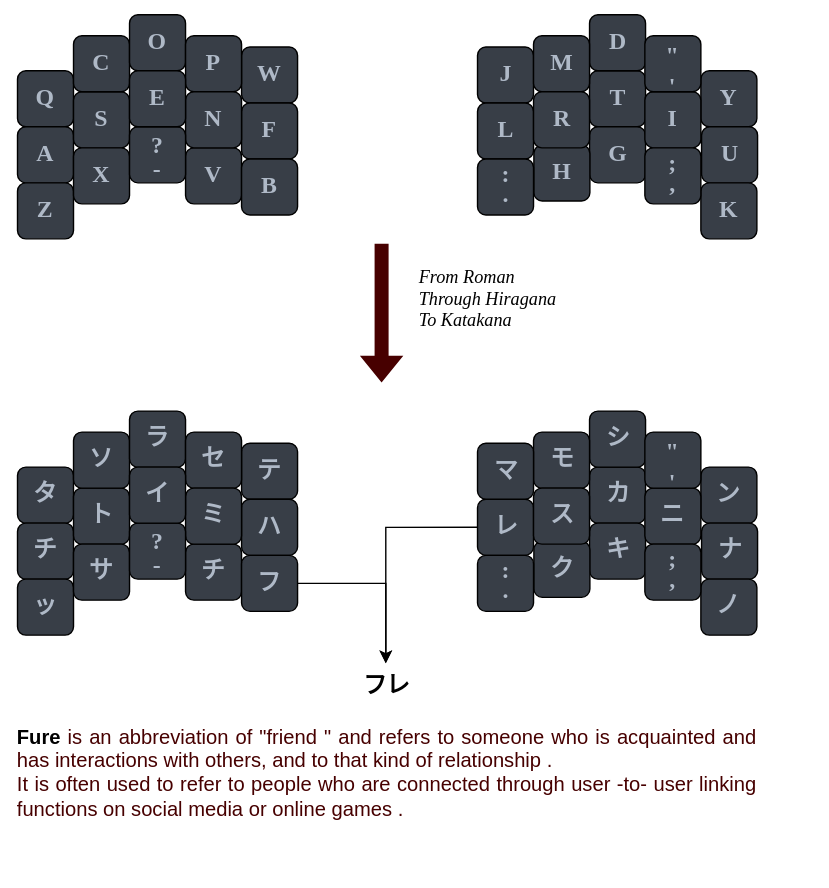
ulounge/zmk-urchin keeps this draw.io diagram as assets/images/keyboard_switch.drawio.svg. Above is the earlier version. Source tidied: cells renumbered, new cells last; positions are measured from the earlier drawing's top-left corner, leaving out a move shared by most shapes.
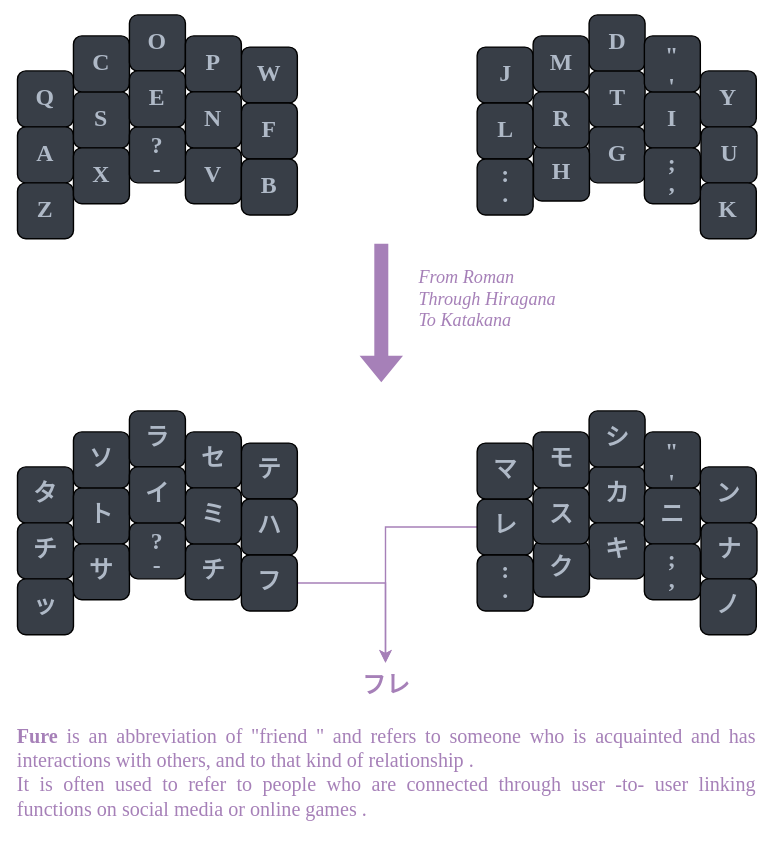
Above is the later version.

Change to the diagram source:
```diff
@@ -92,10 +92,10 @@
     <mxCell id="31" value="E" style="whiteSpace=wrap;html=1;fontSize=17;fontFamily=Verdana;fontStyle=1;fontColor=#AFB9C7;fillColor=#383E47;rounded=1;" parent="1" vertex="1">
       <mxGeometry x="82" y="40" width="40" height="40" as="geometry" />
     </mxCell>
-    <mxCell id="32" value="&lt;font color=&quot;#000000&quot;&gt;From Roman&lt;/font&gt;&lt;div&gt;&lt;font color=&quot;#000000&quot;&gt;Through Hiragana&lt;/font&gt;&lt;/div&gt;&lt;div&gt;&lt;font color=&quot;#000000&quot;&gt;To&amp;nbsp;Katakana&amp;nbsp;&amp;nbsp;&lt;/font&gt;&lt;/div&gt;" style="text;html=1;align=left;verticalAlign=middle;whiteSpace=wrap;rounded=0;shadow=0;glass=0;sketch=0;fontFamily=Verdana;fontSize=13;fontStyle=2;fontColor=#470000;" parent="1" vertex="1">
+    <mxCell id="32" value="&lt;font&gt;From Roman&lt;/font&gt;&lt;div&gt;&lt;font&gt;Through Hiragana&lt;/font&gt;&lt;/div&gt;&lt;div&gt;&lt;font&gt;To&amp;nbsp;Katakana&amp;nbsp;&amp;nbsp;&lt;/font&gt;&lt;/div&gt;" style="text;html=1;align=left;verticalAlign=middle;whiteSpace=wrap;rounded=0;shadow=0;glass=0;sketch=0;fontFamily=Verdana;fontSize=13;fontStyle=2;fontColor=#A680B8;" parent="1" vertex="1">
       <mxGeometry x="287" y="193" width="150" height="20" as="geometry" />
     </mxCell>
-    <mxCell id="33" style="shape=flexArrow;endArrow=classic;html=1;rounded=0;fillColor=#470000;strokeColor=none;" parent="1" edge="1">
+    <mxCell id="33" style="shape=flexArrow;endArrow=classic;html=1;rounded=0;fillColor=#A680B8;strokeColor=none;fontColor=#A680B8;" parent="1" edge="1">
       <mxGeometry relative="1" as="geometry">
         <mxPoint x="262" y="163" as="sourcePoint" />
         <mxPoint x="262" y="263" as="targetPoint" />
@@ -137,7 +137,7 @@
     <mxCell id="45" value="チ" style="whiteSpace=wrap;html=1;fontSize=17;fontFamily=Verdana;fontStyle=1;fontColor=#AFB9C7;fillColor=#383E47;rounded=1;" parent="1" vertex="1">
       <mxGeometry x="122" y="378" width="40" height="40" as="geometry" />
     </mxCell>
-    <mxCell id="46" style="edgeStyle=orthogonalEdgeStyle;rounded=0;jettySize=auto;html=1;exitX=1;exitY=0.5;exitDx=0;exitDy=0;entryX=0.5;entryY=0;entryDx=0;entryDy=0;" parent="1" edge="1" source="47" target="67">
+    <mxCell id="46" style="edgeStyle=orthogonalEdgeStyle;rounded=0;jettySize=auto;html=1;exitX=1;exitY=0.5;exitDx=0;exitDy=0;entryX=0.5;entryY=0;entryDx=0;entryDy=0;strokeColor=#A680B8;" parent="1" edge="1" source="47" target="67">
       <mxGeometry relative="1" as="geometry" />
     </mxCell>
     <mxCell id="47" value="フ" style="whiteSpace=wrap;html=1;fontSize=17;fontFamily=Verdana;fontStyle=1;fontColor=#AFB9C7;fillColor=#383E47;rounded=1;" parent="1" vertex="1">
@@ -167,7 +167,7 @@
     <mxCell id="55" value="ミ" style="whiteSpace=wrap;html=1;fontSize=17;fontFamily=Verdana;fontStyle=1;fontColor=#AFB9C7;fillColor=#383E47;rounded=1;" parent="1" vertex="1">
       <mxGeometry x="122" y="338" width="40" height="40" as="geometry" />
     </mxCell>
-    <mxCell id="56" style="edgeStyle=orthogonalEdgeStyle;rounded=0;jettySize=auto;html=1;exitX=0;exitY=0.5;exitDx=0;exitDy=0;entryX=0.5;entryY=0;entryDx=0;entryDy=0;" parent="1" edge="1" source="57" target="67">
+    <mxCell id="56" style="edgeStyle=orthogonalEdgeStyle;rounded=0;jettySize=auto;html=1;exitX=0;exitY=0.5;exitDx=0;exitDy=0;entryX=0.5;entryY=0;entryDx=0;entryDy=0;strokeColor=#A680B8;" parent="1" edge="1" source="57" target="67">
       <mxGeometry relative="1" as="geometry" />
     </mxCell>
     <mxCell id="57" value="レ" style="whiteSpace=wrap;html=1;fontSize=17;fontFamily=Verdana;fontStyle=1;fontColor=#AFB9C7;fillColor=#383E47;rounded=1;" parent="1" vertex="1">
@@ -197,10 +197,7 @@
     <mxCell id="65" value="マ" style="whiteSpace=wrap;html=1;fontSize=17;fontFamily=Verdana;fontStyle=1;fontColor=#AFB9C7;fillColor=#383E47;rounded=1;" parent="1" vertex="1">
       <mxGeometry x="330.5" y="306" width="40" height="40" as="geometry" />
     </mxCell>
-    <mxCell id="66" value="&lt;font face=&quot;ＭＳ Ｐゴシック, arial, sans-serif&quot;&gt;&lt;span style=&quot;font-size: 14.4px; background-color: rgb(255, 255, 255);&quot;&gt;&lt;b&gt;&amp;nbsp;&lt;/b&gt;&lt;/span&gt;&lt;/font&gt;" style="text;whiteSpace=wrap;html=1;" parent="1" vertex="1">
-      <mxGeometry x="12" y="493" width="560" height="120" as="geometry" />
-    </mxCell>
-    <mxCell id="67" value="&lt;div style=&quot;text-align: center;&quot;&gt;&lt;b&gt;&lt;span style=&quot;background-color: initial; font-family: Verdana; font-size: 17px;&quot;&gt;フ&lt;/span&gt;&lt;span style=&quot;background-color: initial; font-family: Verdana; font-size: 17px;&quot;&gt;レ&lt;/span&gt;&lt;/b&gt;&lt;/div&gt;&lt;div style=&quot;text-align: justify;&quot;&gt;&lt;font face=&quot;ＭＳ Ｐゴシック, arial, sans-serif&quot;&gt;&lt;span style=&quot;font-size: 14.4px;&quot;&gt;&lt;b&gt;&lt;br&gt;&lt;/b&gt;&lt;/span&gt;&lt;/font&gt;&lt;/div&gt;&lt;div style=&quot;text-align: justify;&quot;&gt;&lt;font face=&quot;ＭＳ Ｐゴシック, arial, sans-serif&quot;&gt;&lt;span style=&quot;font-size: 14.4px;&quot;&gt;&lt;b&gt;Fure&lt;/b&gt; &lt;font color=&quot;#470000&quot;&gt;is an abbreviation of &quot;friend &quot; and refers to someone who is acquainted and has interactions with others, and to that kind of relationship .&lt;/font&gt;&lt;/span&gt;&lt;/font&gt;&lt;/div&gt;&lt;div style=&quot;text-align: justify;&quot;&gt;&lt;font color=&quot;#470000&quot; face=&quot;ＭＳ Ｐゴシック, arial, sans-serif&quot;&gt;&lt;span style=&quot;font-size: 14.4px;&quot;&gt;It is often used to refer to people who are connected through user -to- user linking functions on social media or online games .&lt;/span&gt;&lt;/font&gt;&lt;/div&gt;" style="text;whiteSpace=wrap;html=1;" parent="1" vertex="1">
+    <mxCell id="67" value="&lt;div style=&quot;text-align: center;&quot;&gt;&lt;b&gt;&lt;font face=&quot;Verdana&quot;&gt;&lt;span style=&quot;background-color: initial; font-size: 17px;&quot;&gt;フ&lt;/span&gt;&lt;span style=&quot;background-color: initial; font-size: 17px;&quot;&gt;レ&lt;/span&gt;&lt;/font&gt;&lt;/b&gt;&lt;/div&gt;&lt;div style=&quot;text-align: justify;&quot;&gt;&lt;span style=&quot;font-size: 14.4px;&quot;&gt;&lt;b&gt;&lt;font face=&quot;oTFX41gt689cAzL80VPP&quot;&gt;&lt;br&gt;&lt;/font&gt;&lt;/b&gt;&lt;/span&gt;&lt;/div&gt;&lt;div style=&quot;text-align: justify;&quot;&gt;&lt;span style=&quot;font-size: 14.4px;&quot;&gt;&lt;font face=&quot;Verdana&quot;&gt;&lt;b style=&quot;&quot;&gt;Fure&lt;/b&gt; &lt;font style=&quot;&quot;&gt;is an abbreviation of &quot;friend &quot; and refers to someone who is acquainted and has interactions with others, and to that kind of relationship .&lt;/font&gt;&lt;/font&gt;&lt;/span&gt;&lt;/div&gt;&lt;div style=&quot;text-align: justify;&quot;&gt;&lt;span style=&quot;font-size: 14.4px;&quot;&gt;&lt;font face=&quot;Verdana&quot;&gt;It is often used to refer to people who are connected through user -to- user linking functions on social media or online games .&lt;/font&gt;&lt;/span&gt;&lt;/div&gt;" style="text;whiteSpace=wrap;html=1;fontColor=#A680B8;" parent="1" vertex="1">
       <mxGeometry y="463" width="530" height="120" as="geometry" />
     </mxCell>
   </root>
```
